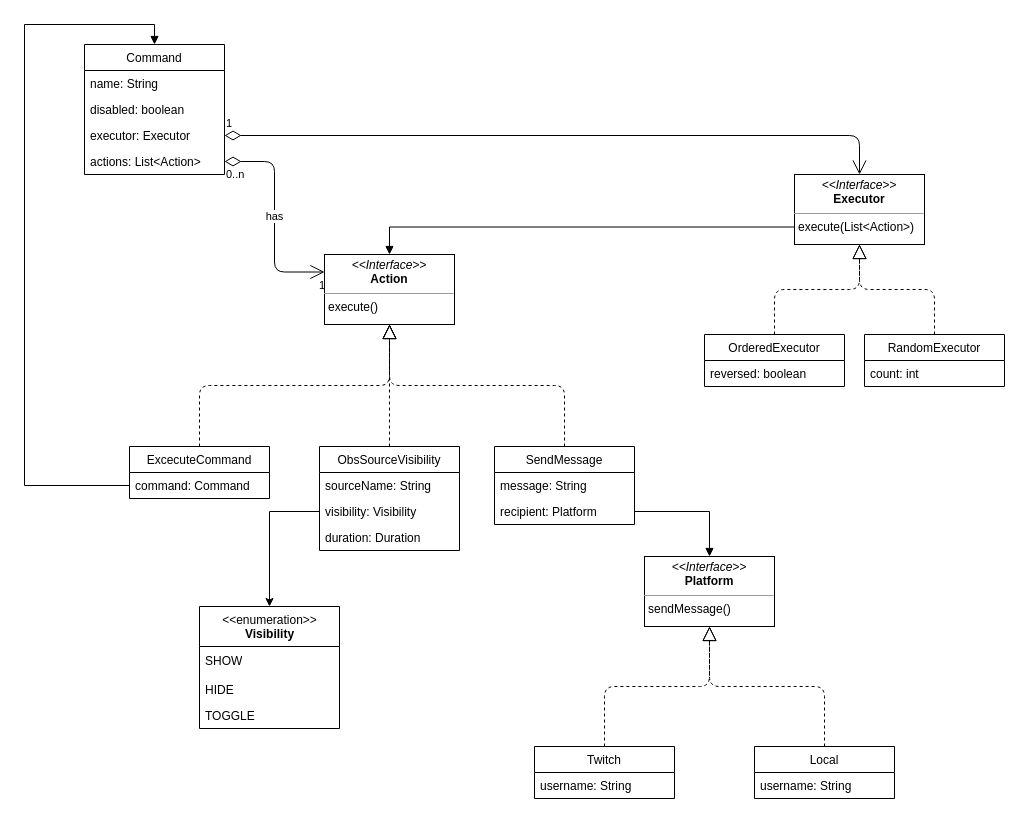
The draw.io diagram src/site/resources/core-model.drawio in TinaTiel/obs-chatbot, before the edit. Source tidied: cells renumbered, new cells numbered last; positions are measured from the earlier drawing's top-left corner, leaving out a move shared by most shapes. Both pictures are drawn from the tidied source at 100%, with x=0, y=0 at pixel (24, 24).
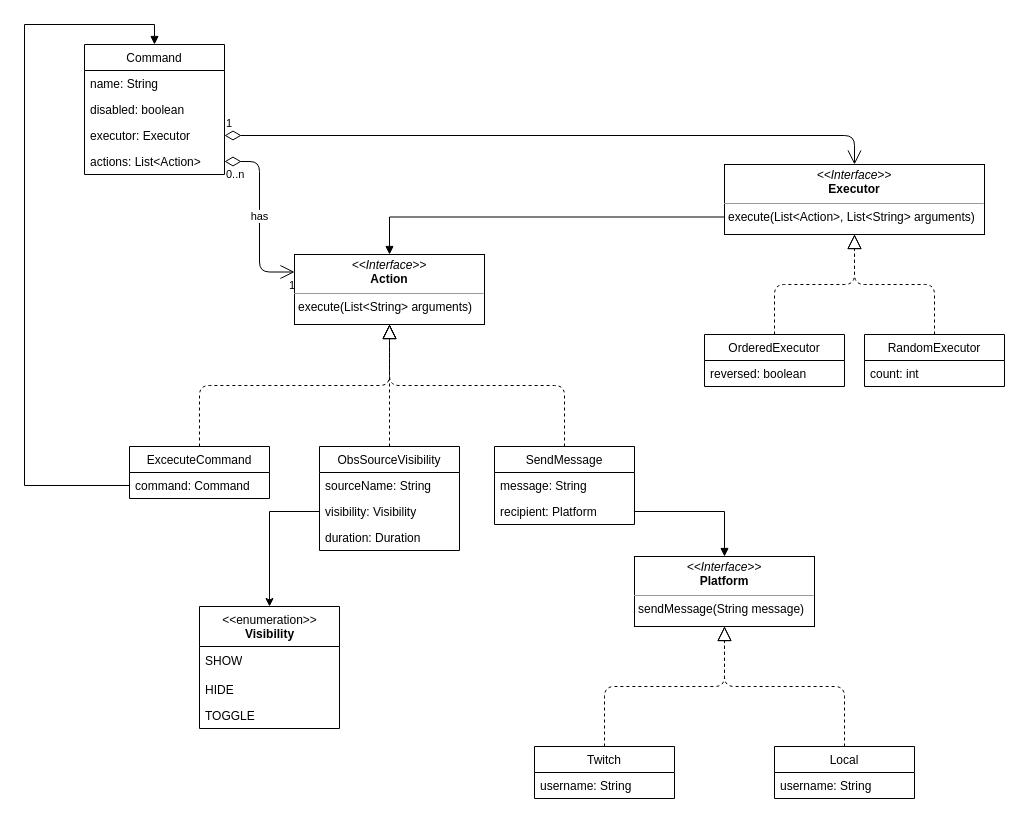
The same diagram, later.

Commit message:
Updated diagram with arguments on execution

The edit, as a diff of the source:
```diff
@@
     <mxCell id="26" value="Local" style="swimlane;fontStyle=0;horizontal=1;startSize=26;fillColor=none;" parent="1" vertex="1">
-      <mxGeometry x="730" y="722" width="140" height="52" as="geometry" />
+      <mxGeometry x="750" y="722" width="140" height="52" as="geometry" />
     </mxCell>
@@
-    <mxCell id="33" value="&lt;p style=&quot;margin: 0px ; margin-top: 4px ; text-align: center&quot;&gt;&lt;i&gt;&amp;lt;&amp;lt;Interface&amp;gt;&amp;gt;&lt;/i&gt;&lt;br&gt;&lt;b&gt;Platform&lt;/b&gt;&lt;/p&gt;&lt;hr size=&quot;1&quot;&gt;&lt;p style=&quot;margin: 0px ; margin-left: 4px&quot;&gt;&lt;span&gt;sendMessage()&lt;/span&gt;&lt;br&gt;&lt;/p&gt;" style="verticalAlign=top;align=left;overflow=fill;fontSize=12;fontFamily=Helvetica;html=1;" parent="1" vertex="1">
-      <mxGeometry x="620" y="532" width="130" height="70" as="geometry" />
+    <mxCell id="33" value="&lt;p style=&quot;margin: 0px ; margin-top: 4px ; text-align: center&quot;&gt;&lt;i&gt;&amp;lt;&amp;lt;Interface&amp;gt;&amp;gt;&lt;/i&gt;&lt;br&gt;&lt;b&gt;Platform&lt;/b&gt;&lt;/p&gt;&lt;hr size=&quot;1&quot;&gt;&lt;p style=&quot;margin: 0px ; margin-left: 4px&quot;&gt;&lt;span&gt;sendMessage(String message)&lt;/span&gt;&lt;br&gt;&lt;/p&gt;" style="verticalAlign=top;align=left;overflow=fill;fontSize=12;fontFamily=Helvetica;html=1;" parent="1" vertex="1">
+      <mxGeometry x="610" y="532" width="180" height="70" as="geometry" />
     </mxCell>
@@
-    <mxCell id="35" value="&lt;p style=&quot;margin: 0px ; margin-top: 4px ; text-align: center&quot;&gt;&lt;i&gt;&amp;lt;&amp;lt;Interface&amp;gt;&amp;gt;&lt;/i&gt;&lt;br&gt;&lt;b&gt;Action&lt;/b&gt;&lt;/p&gt;&lt;hr size=&quot;1&quot;&gt;&lt;p style=&quot;margin: 0px ; margin-left: 4px&quot;&gt;&lt;span&gt;execute()&lt;/span&gt;&lt;br&gt;&lt;/p&gt;" style="verticalAlign=top;align=left;overflow=fill;fontSize=12;fontFamily=Helvetica;html=1;" parent="1" vertex="1">
-      <mxGeometry x="300" y="230" width="130" height="70" as="geometry" />
+    <mxCell id="35" value="&lt;p style=&quot;margin: 0px ; margin-top: 4px ; text-align: center&quot;&gt;&lt;i&gt;&amp;lt;&amp;lt;Interface&amp;gt;&amp;gt;&lt;/i&gt;&lt;br&gt;&lt;b&gt;Action&lt;/b&gt;&lt;/p&gt;&lt;hr size=&quot;1&quot;&gt;&lt;p style=&quot;margin: 0px ; margin-left: 4px&quot;&gt;&lt;span&gt;execute(List&amp;lt;String&amp;gt; arguments)&lt;/span&gt;&lt;br&gt;&lt;/p&gt;" style="verticalAlign=top;align=left;overflow=fill;fontSize=12;fontFamily=Helvetica;html=1;" parent="1" vertex="1">
+      <mxGeometry x="270" y="230" width="190" height="70" as="geometry" />
     </mxCell>
@@
-    <mxCell id="38" value="&lt;p style=&quot;margin: 0px ; margin-top: 4px ; text-align: center&quot;&gt;&lt;i&gt;&amp;lt;&amp;lt;Interface&amp;gt;&amp;gt;&lt;/i&gt;&lt;br&gt;&lt;b&gt;Executor&lt;/b&gt;&lt;/p&gt;&lt;hr size=&quot;1&quot;&gt;&lt;p style=&quot;margin: 0px ; margin-left: 4px&quot;&gt;&lt;span&gt;execute(List&amp;lt;Action&amp;gt;)&lt;/span&gt;&lt;br&gt;&lt;/p&gt;" style="verticalAlign=top;align=left;overflow=fill;fontSize=12;fontFamily=Helvetica;html=1;" parent="1" vertex="1">
-      <mxGeometry x="770" y="150" width="130" height="70" as="geometry" />
+    <mxCell id="38" value="&lt;p style=&quot;margin: 0px ; margin-top: 4px ; text-align: center&quot;&gt;&lt;i&gt;&amp;lt;&amp;lt;Interface&amp;gt;&amp;gt;&lt;/i&gt;&lt;br&gt;&lt;b&gt;Executor&lt;/b&gt;&lt;/p&gt;&lt;hr size=&quot;1&quot;&gt;&lt;p style=&quot;margin: 0px ; margin-left: 4px&quot;&gt;&lt;span&gt;execute(List&amp;lt;Action&amp;gt;, List&amp;lt;String&amp;gt; arguments)&lt;/span&gt;&lt;br&gt;&lt;/p&gt;" style="verticalAlign=top;align=left;overflow=fill;fontSize=12;fontFamily=Helvetica;html=1;" parent="1" vertex="1">
+      <mxGeometry x="700" y="140" width="260" height="70" as="geometry" />
     </mxCell>
```
